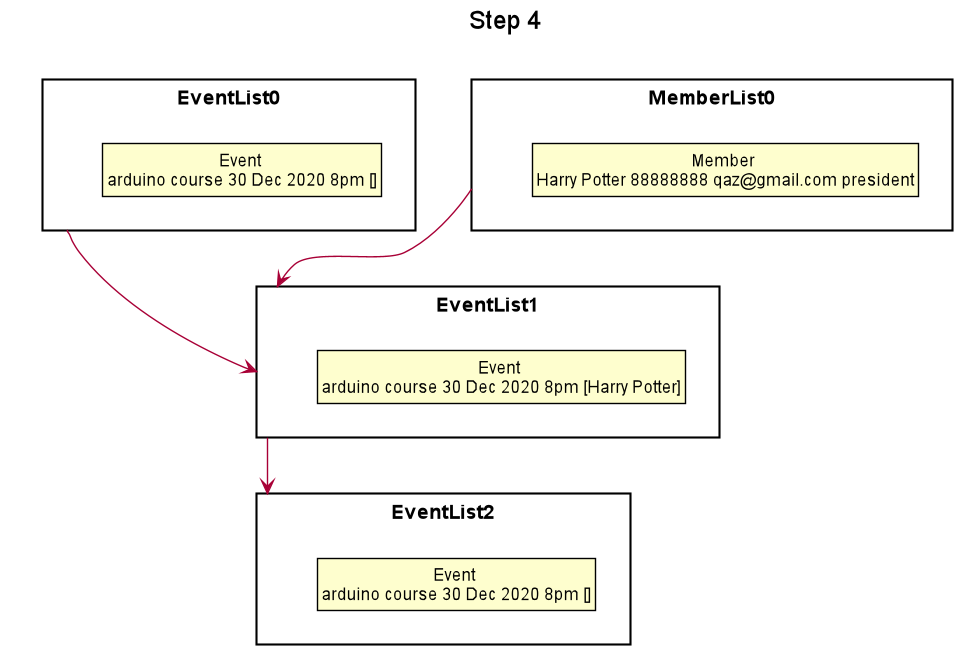
The PlantUML diagram docs/EventDiagram/EventSteps/6Step4.png in nus-cs2113-AY2021S1/tp, before a commit. Source of this version:
```plantuml
@startuml





skinparam BackgroundColor #FFFFFFF

skinparam Shadowing false

skinparam Class {
    FontColor #FFFFFF
    BorderThickness 1
    BorderColor #FFFFFF
    StereotypeFontColor #FFFFFF
    FontName Arial
}

skinparam Actor {
    BorderColor #000000
    Color #000000
    FontName Arial
}

skinparam Sequence {
    MessageAlign center
    BoxFontSize 15
    BoxPadding 0
    BoxFontColor #FFFFFF
    FontName Arial
}

skinparam Participant {
    FontColor #FFFFFFF
    Padding 20
}

skinparam MinClassWidth 50
skinparam ParticipantPadding 10
skinparam Shadowing false
skinparam DefaultTextAlignment center
skinparam packageStyle Rectangle

hide footbox
hide members
hide circle
skinparam ClassFontColor #000000
skinparam ClassBorderColor #000000

title Step 4

package EventList0 {
    class State1 as "Event \narduino course 30 Dec 2020 8pm []"
}

package EventList1 {
    class State3 as "Event \narduino course 30 Dec 2020 8pm [Harry Potter]"
}

package EventList2 {
    class State4 as "Event \narduino course 30 Dec 2020 8pm []"
}

package MemberList0 {
    class State2 as "Member \nHarry Potter 88888888 qaz@gmail.com president"
}

EventList0 -->EventList1
EventList1 -->EventList2
MemberList0 -->EventList1

@enduml
```
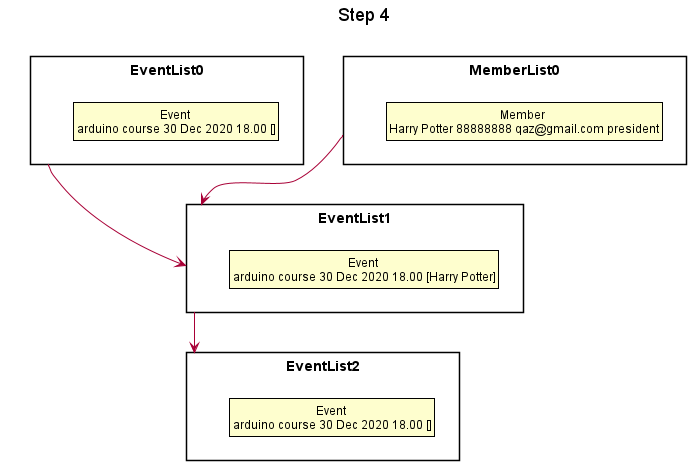
The same diagram one commit later.

The edit, as a diff of the source:
```diff
@@ -50,15 +50,15 @@
 title Step 4
 
 package EventList0 {
-    class State1 as "Event \narduino course 30 Dec 2020 8pm []"
+    class State1 as "Event \narduino course 30 Dec 2020 18.00 []"
 }
 
 package EventList1 {
-    class State3 as "Event \narduino course 30 Dec 2020 8pm [Harry Potter]"
+    class State3 as "Event \narduino course 30 Dec 2020 18.00 [Harry Potter]"
 }
 
 package EventList2 {
-    class State4 as "Event \narduino course 30 Dec 2020 8pm []"
+    class State4 as "Event \narduino course 30 Dec 2020 18.00 []"
 }
 
 package MemberList0 {
```
